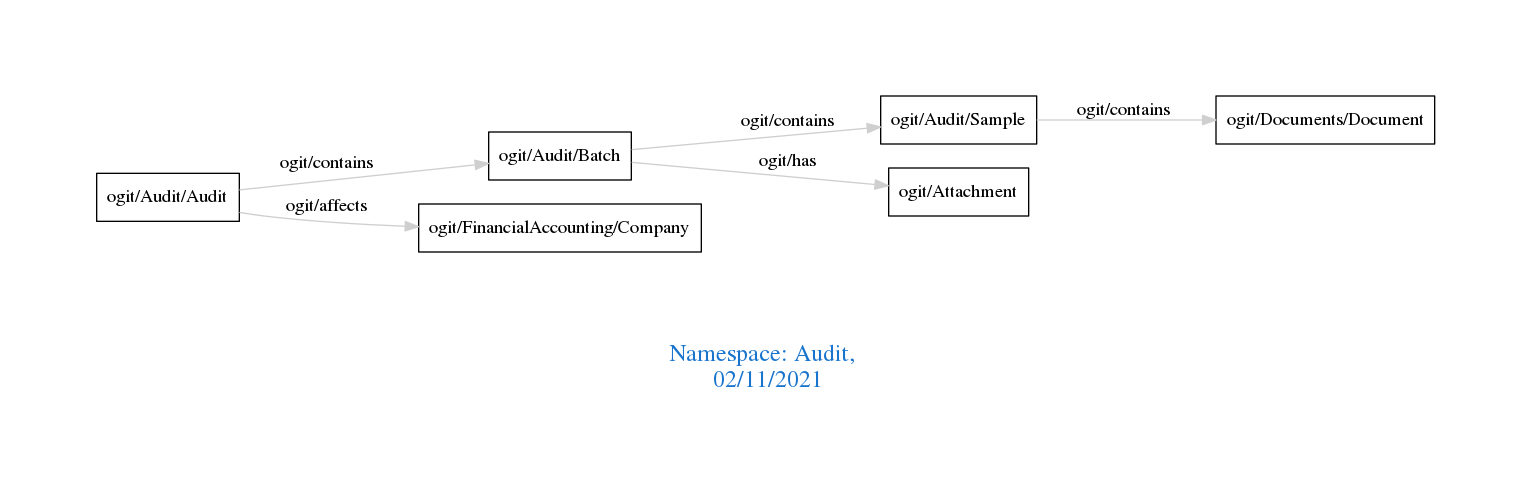
Above: downloads/Audit.png in arago/OGIT (Graphviz), before the change. Its source is kept beside it as downloads/Audit.dot.
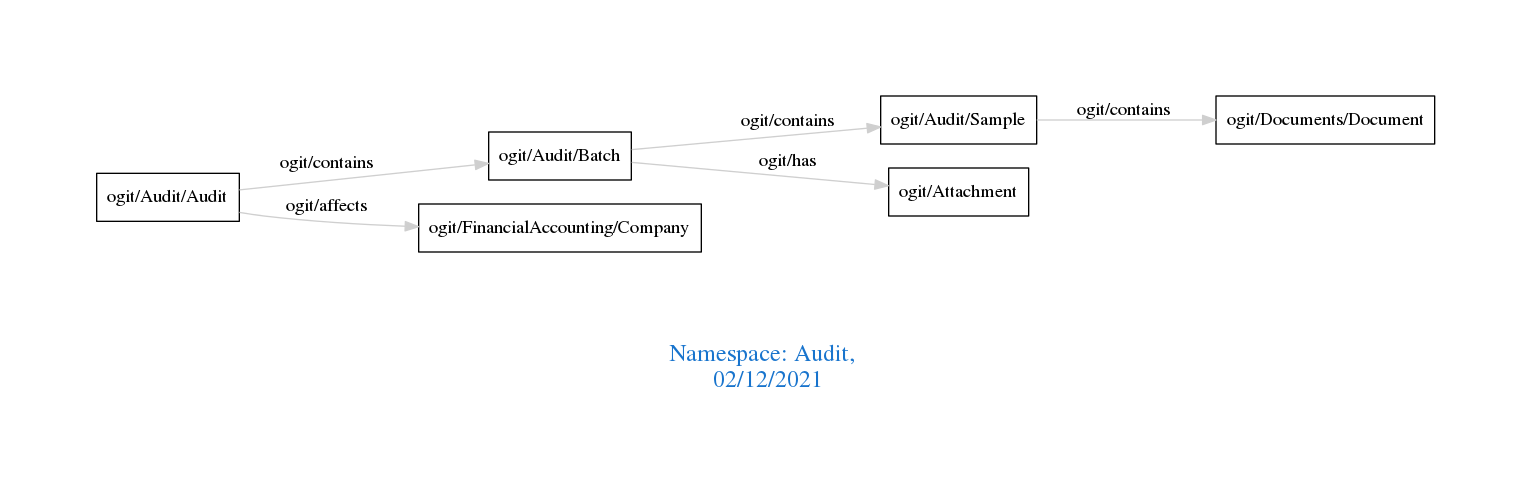
After the change.

Change to the diagram source:
```diff
@@ -1,7 +1,7 @@
 digraph OGIT_ontology {
  graph [ rankdir= LR,pad=1
 fontsize = 18,
-fontcolor= dodgerblue3,label = "\n\n\nNamespace: Audit, \n 02/11/2021"];
+fontcolor= dodgerblue3,label = "\n\n\nNamespace: Audit, \n 02/12/2021"];
 node[shape=polygon];
 edge [  color="gray81"];
 
```
